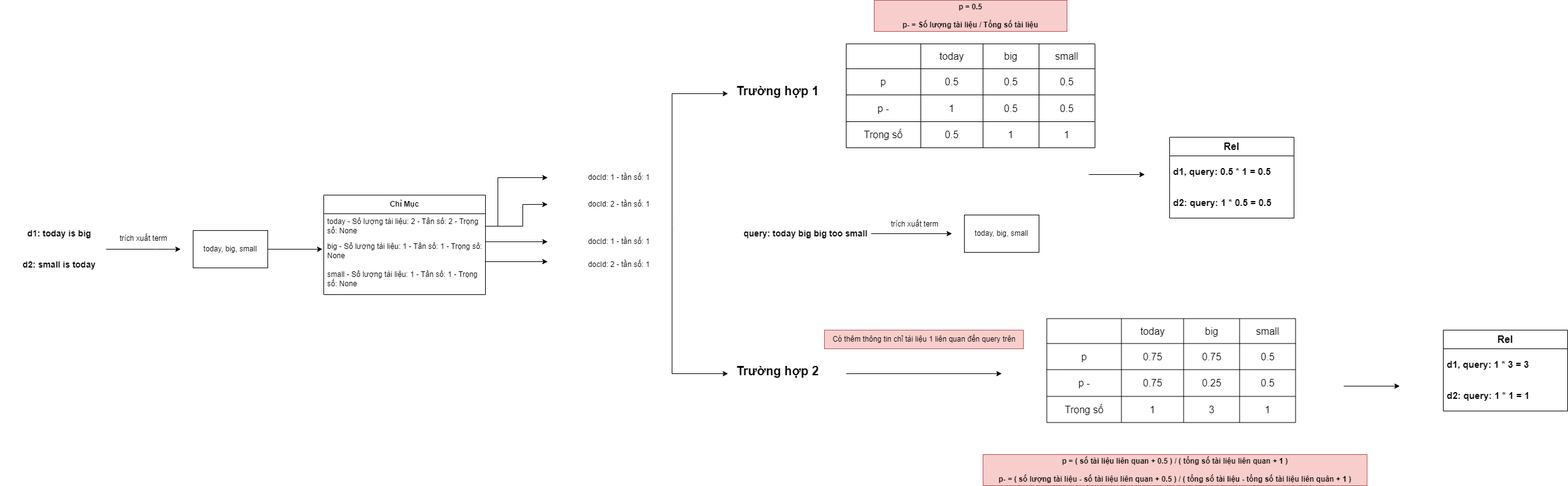
The draw.io diagram imgs/bim_final.png in sugar6502/Vector-Space-and-Binary-Independence-Model, before a commit. Source tidied: cells renumbered, new cells last; positions are measured from the earlier drawing's top-left corner, leaving out a move shared by most shapes.
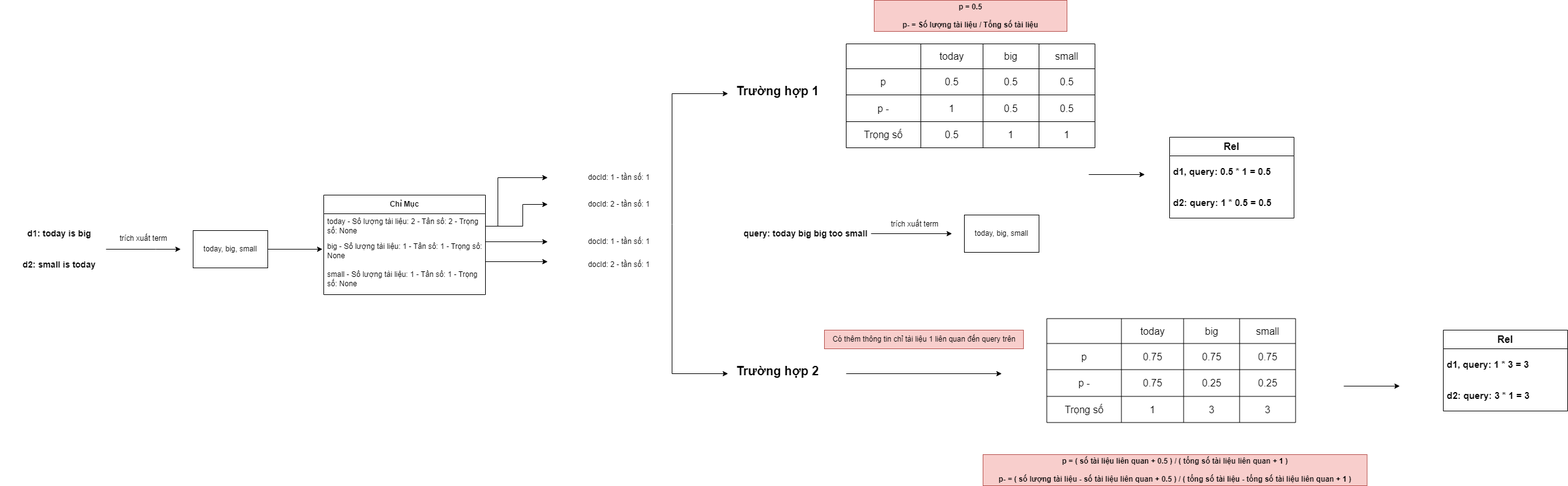
After the change.

Commit message:
Update for Bim img

Diff of the diagram source:
```diff
@@ -219,7 +219,7 @@
     <mxCell id="63" value="0.75" style="shape=partialRectangle;html=1;whiteSpace=wrap;strokeColor=inherit;overflow=hidden;fillColor=none;top=0;left=0;bottom=0;right=0;fontSize=16;horizontal=1;flipH=1;flipV=1;" parent="60" vertex="1">
       <mxGeometry x="220" width="90" height="42" as="geometry" />
     </mxCell>
-    <mxCell id="64" value="0.5" style="shape=partialRectangle;html=1;whiteSpace=wrap;strokeColor=inherit;overflow=hidden;fillColor=none;top=0;left=0;bottom=0;right=0;fontSize=16;horizontal=1;flipH=1;flipV=1;" parent="60" vertex="1">
+    <mxCell id="64" value="0.75" style="shape=partialRectangle;html=1;whiteSpace=wrap;strokeColor=inherit;overflow=hidden;fillColor=none;top=0;left=0;bottom=0;right=0;fontSize=16;horizontal=1;flipH=1;flipV=1;" parent="60" vertex="1">
       <mxGeometry x="310" width="90" height="42" as="geometry" />
     </mxCell>
     <mxCell id="65" style="shape=tableRow;horizontal=0;startSize=0;swimlaneHead=0;swimlaneBody=0;strokeColor=inherit;top=0;left=0;bottom=0;right=0;fillColor=none;fontSize=16;" parent="54" vertex="1">
@@ -234,7 +234,7 @@
     <mxCell id="68" value="0.25" style="shape=partialRectangle;html=1;whiteSpace=wrap;strokeColor=inherit;overflow=hidden;fillColor=none;top=0;left=0;bottom=0;right=0;fontSize=16;flipH=1;flipV=1;" parent="65" vertex="1">
       <mxGeometry x="220" width="90" height="43" as="geometry" />
     </mxCell>
-    <mxCell id="69" value="0.5" style="shape=partialRectangle;html=1;whiteSpace=wrap;strokeColor=inherit;overflow=hidden;fillColor=none;top=0;left=0;bottom=0;right=0;fontSize=16;flipH=1;flipV=1;" parent="65" vertex="1">
+    <mxCell id="69" value="0.25" style="shape=partialRectangle;html=1;whiteSpace=wrap;strokeColor=inherit;overflow=hidden;fillColor=none;top=0;left=0;bottom=0;right=0;fontSize=16;flipH=1;flipV=1;" parent="65" vertex="1">
       <mxGeometry x="310" width="90" height="43" as="geometry" />
     </mxCell>
     <mxCell id="70" style="shape=tableRow;horizontal=0;startSize=0;swimlaneHead=0;swimlaneBody=0;strokeColor=inherit;top=0;left=0;bottom=0;right=0;fillColor=none;fontSize=16;" parent="54" vertex="1">
@@ -249,10 +249,10 @@
     <mxCell id="73" value="3" style="shape=partialRectangle;html=1;whiteSpace=wrap;strokeColor=inherit;overflow=hidden;fillColor=none;top=0;left=0;bottom=0;right=0;fontSize=16;flipH=1;flipV=1;" parent="70" vertex="1">
       <mxGeometry x="220" width="90" height="42" as="geometry" />
     </mxCell>
-    <mxCell id="74" value="1" style="shape=partialRectangle;html=1;whiteSpace=wrap;strokeColor=inherit;overflow=hidden;fillColor=none;top=0;left=0;bottom=0;right=0;fontSize=16;flipH=1;flipV=1;" parent="70" vertex="1">
+    <mxCell id="74" value="3" style="shape=partialRectangle;html=1;whiteSpace=wrap;strokeColor=inherit;overflow=hidden;fillColor=none;top=0;left=0;bottom=0;right=0;fontSize=16;flipH=1;flipV=1;" parent="70" vertex="1">
       <mxGeometry x="310" width="90" height="42" as="geometry" />
     </mxCell>
-    <mxCell id="75" value="&lt;b&gt;p = ( số tài liệu liên quan + 0.5 ) / ( tổng số tài liệu liên quan + 1 )&lt;br&gt;&lt;br&gt;p- = ( số lượng tài liệu - số tài liệu liên quan + 0.5 ) / ( tổng số tài liệu - tổng số tài liệu liên quân + 1 )&lt;br&gt;&lt;/b&gt;" style="text;html=1;strokeColor=#b85450;fillColor=#f8cecc;align=center;verticalAlign=middle;whiteSpace=wrap;rounded=0;" parent="1" vertex="1">
+    <mxCell id="75" value="&lt;b&gt;p = ( số tài liệu liên quan + 0.5 ) / ( tổng số tài liệu liên quan + 1 )&lt;br&gt;&lt;br&gt;p- = ( số lượng tài liệu - số tài liệu liên quan + 0.5 ) / ( tổng số tài liệu - tổng số tài liệu liên quan + 1 )&lt;br&gt;&lt;/b&gt;" style="text;html=1;strokeColor=#b85450;fillColor=#f8cecc;align=center;verticalAlign=middle;whiteSpace=wrap;rounded=0;" parent="1" vertex="1">
       <mxGeometry x="1580" y="730" width="617.5" height="50" as="geometry" />
     </mxCell>
     <mxCell id="76" value="&lt;span style=&quot;font-size: 16px;&quot;&gt;&lt;b&gt;Rel&lt;/b&gt;&lt;/span&gt;" style="swimlane;fontStyle=0;horizontal=1;startSize=30;whiteSpace=wrap;html=1;" parent="1" vertex="1">
@@ -261,7 +261,7 @@
     <mxCell id="77" value="&lt;b&gt;&lt;font style=&quot;font-size: 15px;&quot;&gt;d1, query: 1 * 3 = 3&lt;/font&gt;&lt;/b&gt;" style="text;strokeColor=none;fillColor=none;align=left;verticalAlign=middle;spacingLeft=4;spacingRight=4;overflow=hidden;whiteSpace=wrap;html=1;" parent="76" vertex="1">
       <mxGeometry y="30" width="200" height="50" as="geometry" />
     </mxCell>
-    <mxCell id="78" value="&lt;b&gt;&lt;font style=&quot;font-size: 15px;&quot;&gt;d2: query: 1 * 1 = 1&lt;/font&gt;&lt;/b&gt;" style="text;strokeColor=none;fillColor=none;align=left;verticalAlign=middle;spacingLeft=4;spacingRight=4;overflow=hidden;whiteSpace=wrap;html=1;" parent="76" vertex="1">
+    <mxCell id="78" value="&lt;b&gt;&lt;font style=&quot;font-size: 15px;&quot;&gt;d2: query: 3 * 1 = 3&lt;/font&gt;&lt;/b&gt;" style="text;strokeColor=none;fillColor=none;align=left;verticalAlign=middle;spacingLeft=4;spacingRight=4;overflow=hidden;whiteSpace=wrap;html=1;" parent="76" vertex="1">
       <mxGeometry y="80" width="200" height="50" as="geometry" />
     </mxCell>
     <mxCell id="79" style="endArrow=classic;html=1;rounded=0;" parent="1" edge="1">
```
